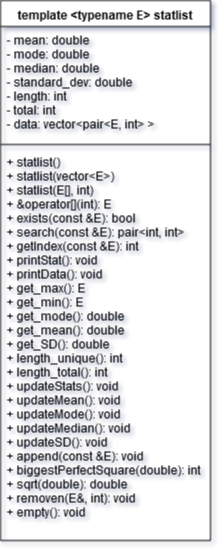
NathanLoo4042/Group-3-Project-2-Simple_Stat-Class keeps this draw.io diagram as CS110C Statlist UML Diagram.png. Above is the earlier version. Source tidied: cells renumbered, new cells last; positions are measured from the earlier drawing's top-left corner, leaving out a move shared by most shapes.
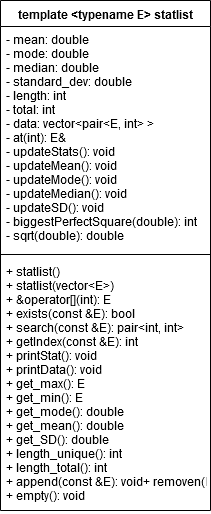
After the commit.

The edit, as a diff of the source:
```diff
@@ -3,16 +3,16 @@
     <mxCell id="0" />
     <mxCell id="1" parent="0" />
     <mxCell id="2" value="template &lt;typename E&gt; statlist" style="swimlane;fontStyle=1;align=center;verticalAlign=top;horizontal=1;startSize=26;" parent="1" vertex="1">
-      <mxGeometry width="210" height="540" as="geometry" />
+      <mxGeometry width="210" height="510" as="geometry" />
     </mxCell>
-    <mxCell id="3" value="- mean: double&#10;- mode: double&#10;- median: double&#10;- standard_dev: double&#10;- length: int&#10;- total: int&#10;- data: vector&lt;pair&lt;E, int&gt; &gt;&#10;" style="text;strokeColor=none;fillColor=none;align=left;verticalAlign=top;spacingLeft=4;spacingRight=4;overflow=hidden;" parent="2" vertex="1">
-      <mxGeometry y="26" width="210" height="114" as="geometry" />
+    <mxCell id="3" value="- mean: double&#10;- mode: double&#10;- median: double&#10;- standard_dev: double&#10;- length: int&#10;- total: int&#10;- data: vector&lt;pair&lt;E, int&gt; &gt;&#10;- at(int): E&amp;&#10;- updateStats(): void&#10;- updateMean(): void&#10;- updateMode(): void&#10;- updateMedian(): void&#10;- updateSD(): void&#10;- biggestPerfectSquare(double): int&#10;- sqrt(double): double&#10;" style="text;strokeColor=none;fillColor=none;align=left;verticalAlign=top;spacingLeft=4;spacingRight=4;overflow=hidden;" parent="2" vertex="1">
+      <mxGeometry y="26" width="210" height="224" as="geometry" />
     </mxCell>
     <mxCell id="4" style="line;strokeWidth=1;fillColor=none;align=left;verticalAlign=middle;spacingTop=-1;spacingLeft=3;spacingRight=3;labelPosition=right;" parent="2" vertex="1">
-      <mxGeometry y="140" width="210" height="8" as="geometry" />
+      <mxGeometry y="250" width="210" height="8" as="geometry" />
     </mxCell>
-    <mxCell id="5" value="+ statlist()&#10;+ statlist(vector&lt;E&gt;)&#10;+ statlist(E[], int)&#10;+ &amp;operator[](int): E&#10;+ exists(const &amp;E): bool&#10;+ search(const &amp;E): pair&lt;int, int&gt;&#10;+ getIndex(const &amp;E): int&#10;+ printStat(): void&#10;+ printData(): void&#10;+ get_max(): E&#10;+ get_min(): E&#10;+ get_mode(): double&#10;+ get_mean(): double&#10;+ get_SD(): double&#10;+ length_unique(): int&#10;+ length_total(): int&#10;+ updateStats(): void&#10;+ updateMean(): void&#10;+ updateMode(): void&#10;+ updateMedian(): void&#10;+ updateSD(): void&#10;+ append(const &amp;E): void&#10;+ biggestPerfectSquare(double): int&#10;+ sqrt(double): double&#10;+ removen(E&amp;, int): void&#10;+ empty(): void&#10;" style="text;strokeColor=none;fillColor=none;align=left;verticalAlign=top;spacingLeft=4;spacingRight=4;overflow=hidden;" parent="2" vertex="1">
-      <mxGeometry y="148" width="210" height="392" as="geometry" />
+    <mxCell id="5" value="+ statlist()&#10;+ statlist(vector&lt;E&gt;)&#10;+ &amp;operator[](int): E&#10;+ exists(const &amp;E): bool&#10;+ search(const &amp;E): pair&lt;int, int&gt;&#10;+ getIndex(const &amp;E): int&#10;+ printStat(): void&#10;+ printData(): void&#10;+ get_max(): E&#10;+ get_min(): E&#10;+ get_mode(): double&#10;+ get_mean(): double&#10;+ get_SD(): double&#10;+ length_unique(): int&#10;+ length_total(): int&#10;+ append(const &amp;E): void+ removen(E&amp;, int): void&#10;+ empty(): void&#10;" style="text;strokeColor=none;fillColor=none;align=left;verticalAlign=top;spacingLeft=4;spacingRight=4;overflow=hidden;" parent="2" vertex="1">
+      <mxGeometry y="258" width="210" height="252" as="geometry" />
     </mxCell>
   </root>
 </mxGraphModel>
```
